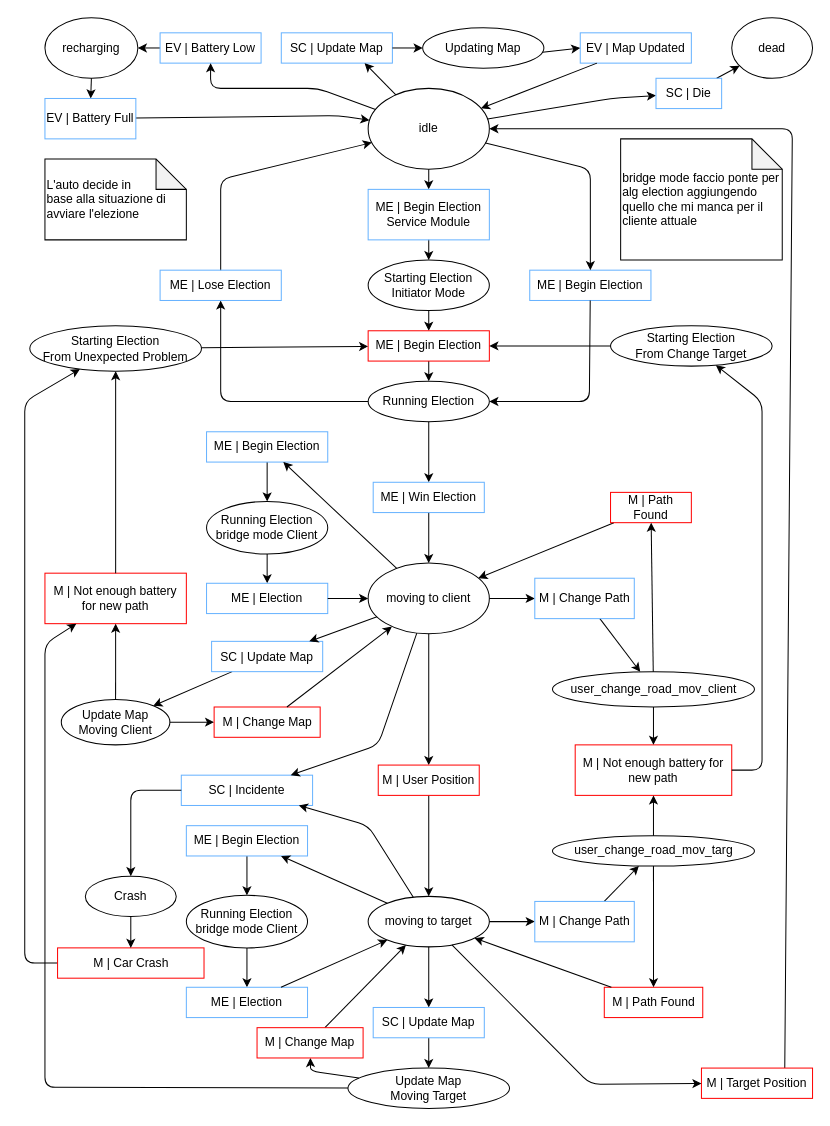
This is relazione/automa macchina.drawio from kraots94/Sistemi, a draw.io file, before an edit. Source tidied: cells renumbered, new cells numbered last; positions are measured from the earlier drawing's top-left corner, leaving out a move shared by most shapes. Both pictures are drawn from the tidied source at 101%, with x=0, y=0 at pixel (24, 17).
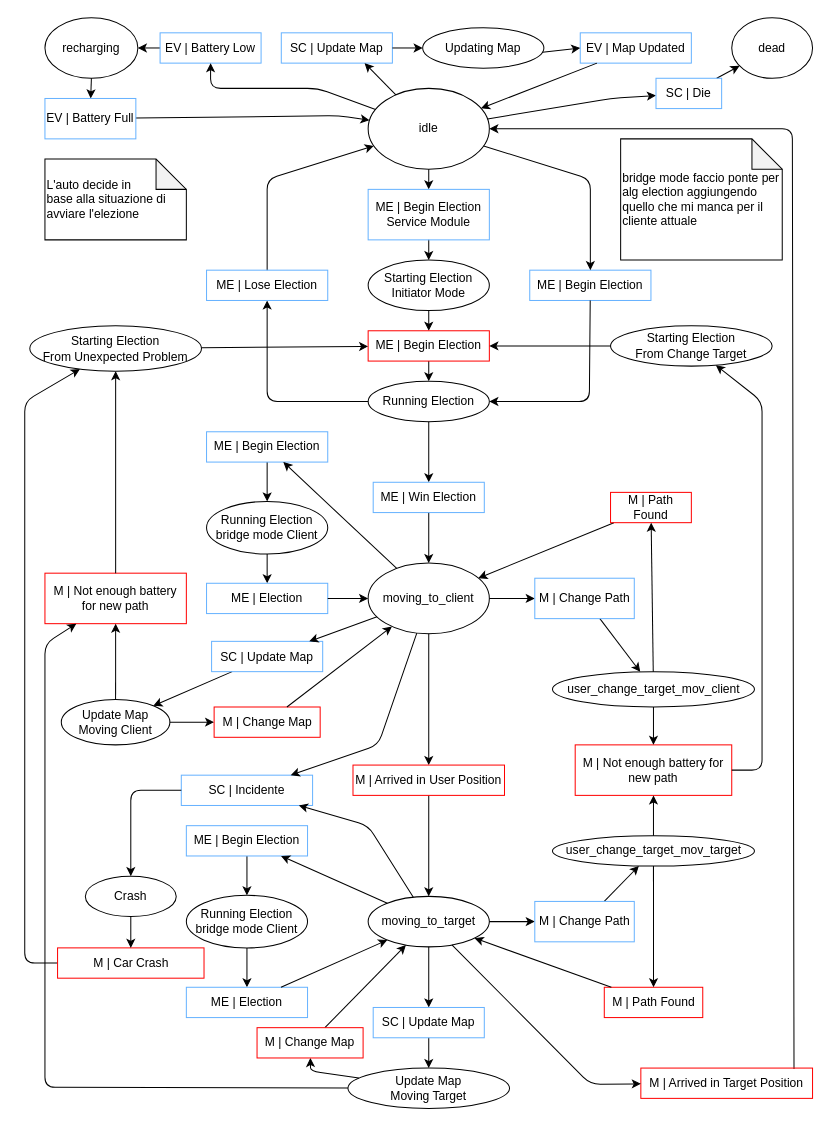
After the change.

Unchanged cells that the change refers to:
```xml
<mxCell id="2" value="idle" style="ellipse;whiteSpace=wrap;html=1;" parent="1" vertex="1">
  <mxGeometry x="340" y="70" width="120" height="80" as="geometry" />
</mxCell>
<mxCell id="9" value="Running Election" style="ellipse;whiteSpace=wrap;html=1;" parent="1" vertex="1">
  <mxGeometry x="340" y="360" width="120" height="40" as="geometry" />
</mxCell>
<mxCell id="91" value="ME | Begin Election" style="rounded=0;whiteSpace=wrap;html=1;strokeColor=#66B2FF;fillColor=none;" parent="1" vertex="1">
  <mxGeometry x="500" y="250" width="120" height="30" as="geometry" />
</mxCell>
```

What changed in the source:
```diff
@@
     <mxCell id="13" style="endArrow=classic;html=1;" parent="1" edge="1" source="15" target="2">
       <mxGeometry relative="1" as="geometry">
         <Array as="points">
-          <mxPoint x="194" y="160" />
+          <mxPoint x="240" y="160" />
         </Array>
       </mxGeometry>
     </mxCell>
     <mxCell id="14" style="endArrow=classic;html=1;" parent="1" edge="1" source="9" target="15">
       <mxGeometry relative="1" as="geometry">
         <Array as="points">
-          <mxPoint x="194" y="380" />
+          <mxPoint x="240" y="380" />
         </Array>
       </mxGeometry>
     </mxCell>
     <mxCell id="15" value="ME&amp;nbsp;| Lose Election" style="rounded=0;whiteSpace=wrap;html=1;strokeColor=#66B2FF;fillColor=none;" parent="1" vertex="1">
-      <mxGeometry x="134" y="250" width="120" height="30" as="geometry" />
+      <mxGeometry x="180" y="250" width="120" height="30" as="geometry" />
     </mxCell>
-    <mxCell id="16" value="moving to client" style="ellipse;whiteSpace=wrap;html=1;" parent="1" vertex="1">
+    <mxCell id="16" value="moving_to_client" style="ellipse;whiteSpace=wrap;html=1;" parent="1" vertex="1">
       <mxGeometry x="340" y="540" width="120" height="70" as="geometry" />
     </mxCell>
@@
-    <mxCell id="20" value="moving to target" style="ellipse;whiteSpace=wrap;html=1;" parent="1" vertex="1">
+    <mxCell id="20" value="moving_to_target" style="ellipse;whiteSpace=wrap;html=1;" parent="1" vertex="1">
       <mxGeometry x="340" y="870" width="120" height="50" as="geometry" />
     </mxCell>
@@
-    <mxCell id="23" value="M | User Position" style="rounded=0;whiteSpace=wrap;html=1;fillColor=none;strokeColor=#FF0000;" parent="1" vertex="1">
-      <mxGeometry x="350" y="740" width="100" height="30" as="geometry" />
+    <mxCell id="23" value="M | Arrived in User Position" style="rounded=0;whiteSpace=wrap;html=1;fillColor=none;strokeColor=#FF0000;" parent="1" vertex="1">
+      <mxGeometry x="325" y="740" width="150" height="30" as="geometry" />
     </mxCell>
-    <mxCell id="24" style="endArrow=classic;html=1;exitX=0.75;exitY=0;exitDx=0;exitDy=0;" parent="1" edge="1" source="25" target="2">
+    <mxCell id="24" style="endArrow=classic;html=1;exitX=0.892;exitY=0.033;exitDx=0;exitDy=0;exitPerimeter=0;" parent="1" edge="1" source="25" target="2">
       <mxGeometry relative="1" as="geometry">
         <Array as="points">
           <mxPoint x="760" y="110" />
         </Array>
       </mxGeometry>
     </mxCell>
-    <mxCell id="25" value="M | Target Position" style="rounded=0;whiteSpace=wrap;html=1;fillColor=none;strokeColor=#FF0000;" parent="1" vertex="1">
-      <mxGeometry x="670" y="1040" width="110" height="30" as="geometry" />
+    <mxCell id="25" value="M | Arrived in Target Position" style="rounded=0;whiteSpace=wrap;html=1;fillColor=none;strokeColor=#FF0000;" parent="1" vertex="1">
+      <mxGeometry x="610" y="1040" width="170" height="30" as="geometry" />
     </mxCell>
@@
-    <mxCell id="49" value="user_change_road_mov_client" style="ellipse;whiteSpace=wrap;html=1;" parent="1" vertex="1">
+    <mxCell id="49" value="user_change_target_mov_client" style="ellipse;whiteSpace=wrap;html=1;" parent="1" vertex="1">
       <mxGeometry x="522.5" y="647.5" width="200" height="35" as="geometry" />
     </mxCell>
-    <mxCell id="50" value="user_change_road_mov_targ" style="ellipse;whiteSpace=wrap;html=1;" parent="1" vertex="1">
+    <mxCell id="50" value="user_change_target_mov_target" style="ellipse;whiteSpace=wrap;html=1;" parent="1" vertex="1">
       <mxGeometry x="522.5" y="810" width="200" height="30" as="geometry" />
     </mxCell>
@@
     <mxCell id="92" style="endArrow=classic;html=1;" parent="1" edge="1" source="2" target="91">
       <mxGeometry relative="1" as="geometry">
         <Array as="points">
-          <mxPoint x="560" y="150" />
+          <mxPoint x="560" y="160" />
         </Array>
       </mxGeometry>
     </mxCell>
```
